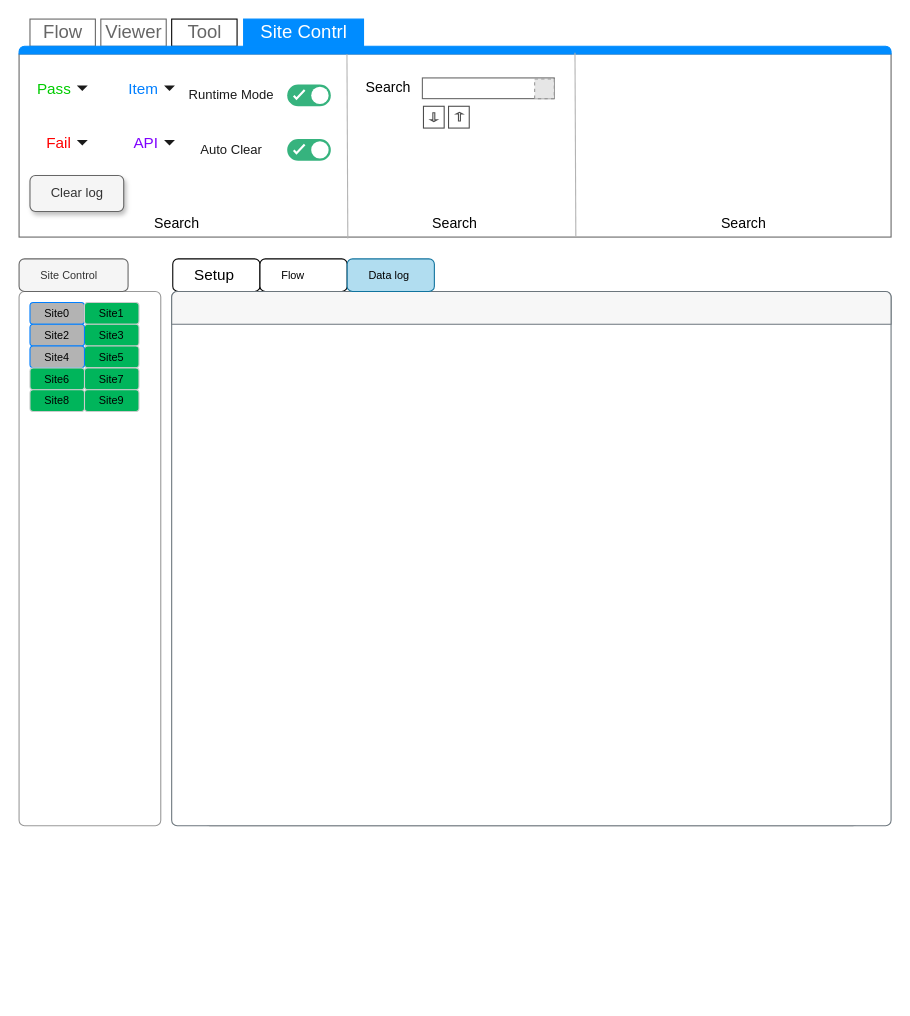
Jasson-Chou/Software-Projects keeps this draw.io diagram as page "Data log" (4 of 5) of SG9KG5/UI Design/Engineering/Engineering Mode.drawio. Above is the earlier version. Source tidied: cells renumbered, new cells numbered last; positions are measured from the earlier drawing's top-left corner, leaving out a move shared by most shapes. Both pictures are drawn from the tidied source at 109%, with x=0, y=0 at pixel (19, 19). Pictures stored in the file or linked from it are replaced by grey dashed boxes.
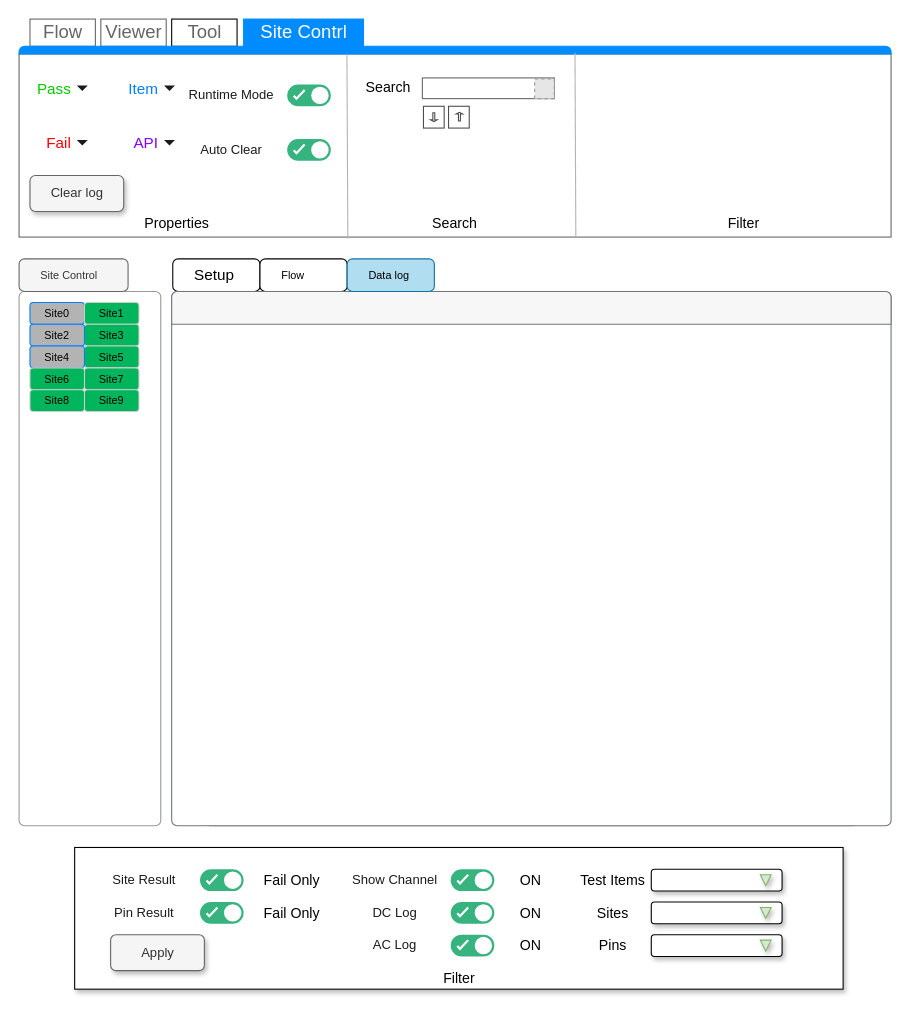
After the change.

Unchanged cells that the change refers to:
```xml
<mxCell id="3" style="strokeWidth=1;shadow=0;dashed=0;align=center;html=1;shape=mxgraph.mockup.containers.marginRect2;rectMarginTop=32;strokeColor=#666666;gradientColor=none;fontColor=#00CC00;" parent="1" vertex="1">
  <mxGeometry width="800" height="200" as="geometry" />
</mxCell>
```

The edit, as a diff of the source:
```diff
@@
-    <mxCell id="35" value="Search" style="text;html=1;strokeColor=none;fillColor=none;align=center;verticalAlign=middle;whiteSpace=wrap;rounded=0;fontSize=13;" parent="3" vertex="1">
+    <mxCell id="35" value="Properties" style="text;html=1;strokeColor=none;fillColor=none;align=center;verticalAlign=middle;whiteSpace=wrap;rounded=0;fontSize=13;" parent="3" vertex="1">
       <mxGeometry x="120" y="176.5" width="50" height="20" as="geometry" />
     </mxCell>
-    <mxCell id="36" value="Search" style="text;html=1;strokeColor=none;fillColor=none;align=center;verticalAlign=middle;whiteSpace=wrap;rounded=0;fontSize=13;" parent="3" vertex="1">
+    <mxCell id="36" value="Filter" style="text;html=1;strokeColor=none;fillColor=none;align=center;verticalAlign=middle;whiteSpace=wrap;rounded=0;fontSize=13;" parent="3" vertex="1">
       <mxGeometry x="640" y="176.5" width="50" height="20" as="geometry" />
     </mxCell>
@@
+    <mxCell id="57" style="rounded=0;whiteSpace=wrap;html=1;shadow=1;fontSize=13;" parent="1" vertex="1">
+      <mxGeometry x="51" y="760" width="705" height="130" as="geometry" />
+    </mxCell>
+    <mxCell id="58" style="group;" parent="1" vertex="1">
+      <mxGeometry x="70" y="780" width="136" height="20" as="geometry" />
+    </mxCell>
+    <mxCell id="59" style="fillColor=#36B37E;strokeColor=none;rounded=1;arcSize=50;fontColor=#00CC00;" parent="58" vertex="1">
+      <mxGeometry x="96" width="40" height="20" as="geometry" />
+    </mxCell>
+    <mxCell id="60" style="shape=ellipse;strokeColor=none;fillColor=#ffffff;" parent="59" vertex="1">
+      <mxGeometry x="1" y="0.5" width="16" height="16" relative="1" as="geometry">
+        <mxPoint x="-18" y="-8" as="offset" />
+      </mxGeometry>
+    </mxCell>
+    <mxCell id="61" style="html=1;shadow=0;dashed=0;shape=mxgraph.atlassian.check;strokeColor=#ffffff;strokeWidth=2;" parent="59" vertex="1">
+      <mxGeometry y="0.5" width="10" height="8" relative="1" as="geometry">
+        <mxPoint x="6" y="-5" as="offset" />
+      </mxGeometry>
+    </mxCell>
+    <mxCell id="62" value="Site Result" style="text;html=1;strokeColor=none;fillColor=none;align=center;verticalAlign=middle;whiteSpace=wrap;rounded=0;fontColor=#1A1A1A;" parent="58" vertex="1">
+      <mxGeometry width="90" height="20" as="geometry" />
+    </mxCell>
+    <mxCell id="63" style="group;" parent="1" vertex="1">
+      <mxGeometry x="70" y="810" width="136" height="20" as="geometry" />
+    </mxCell>
+    <mxCell id="64" style="fillColor=#36B37E;strokeColor=none;rounded=1;arcSize=50;fontColor=#00CC00;" parent="63" vertex="1">
+      <mxGeometry x="96" width="40" height="20" as="geometry" />
+    </mxCell>
+    <mxCell id="65" style="shape=ellipse;strokeColor=none;fillColor=#ffffff;" parent="64" vertex="1">
+      <mxGeometry x="1" y="0.5" width="16" height="16" relative="1" as="geometry">
+        <mxPoint x="-18" y="-8" as="offset" />
+      </mxGeometry>
+    </mxCell>
+    <mxCell id="66" style="html=1;shadow=0;dashed=0;shape=mxgraph.atlassian.check;strokeColor=#ffffff;strokeWidth=2;" parent="64" vertex="1">
+      <mxGeometry y="0.5" width="10" height="8" relative="1" as="geometry">
+        <mxPoint x="6" y="-5" as="offset" />
+      </mxGeometry>
+    </mxCell>
+    <mxCell id="67" value="Pin Result" style="text;html=1;strokeColor=none;fillColor=none;align=center;verticalAlign=middle;whiteSpace=wrap;rounded=0;fontColor=#1A1A1A;" parent="63" vertex="1">
+      <mxGeometry width="90" height="20" as="geometry" />
+    </mxCell>
+    <mxCell id="68" value="Fail Only" style="text;html=1;strokeColor=none;fillColor=none;align=center;verticalAlign=middle;whiteSpace=wrap;rounded=0;shadow=1;fontSize=13;" parent="1" vertex="1">
+      <mxGeometry x="221" y="780" width="59" height="20" as="geometry" />
+    </mxCell>
+    <mxCell id="69" value="Fail Only" style="text;html=1;strokeColor=none;fillColor=none;align=center;verticalAlign=middle;whiteSpace=wrap;rounded=0;shadow=1;fontSize=13;" parent="1" vertex="1">
+      <mxGeometry x="221" y="810" width="59" height="20" as="geometry" />
+    </mxCell>
+    <mxCell id="70" value="Apply" style="rounded=1;strokeColor=#666666;html=1;fontColor=#333333;align=center;verticalAlign=middle;fontStyle=0;fontSize=12;fillColor=#f5f5f5;shadow=1;" parent="1" vertex="1">
+      <mxGeometry x="84" y="840" width="86" height="33" as="geometry" />
+    </mxCell>
+    <mxCell id="71" style="group;" parent="1" vertex="1">
+      <mxGeometry x="300" y="780" width="199" height="20" as="geometry" />
+    </mxCell>
+    <mxCell id="72" style="group;" parent="71" vertex="1">
+      <mxGeometry width="136" height="20" as="geometry" />
+    </mxCell>
+    <mxCell id="73" style="fillColor=#36B37E;strokeColor=none;rounded=1;arcSize=50;fontColor=#00CC00;" parent="72" vertex="1">
+      <mxGeometry x="96" width="40" height="20" as="geometry" />
+    </mxCell>
+    <mxCell id="74" style="shape=ellipse;strokeColor=none;fillColor=#ffffff;" parent="73" vertex="1">
+      <mxGeometry x="1" y="0.5" width="16" height="16" relative="1" as="geometry">
+        <mxPoint x="-18" y="-8" as="offset" />
+      </mxGeometry>
+    </mxCell>
+    <mxCell id="75" style="html=1;shadow=0;dashed=0;shape=mxgraph.atlassian.check;strokeColor=#ffffff;strokeWidth=2;" parent="73" vertex="1">
+      <mxGeometry y="0.5" width="10" height="8" relative="1" as="geometry">
+        <mxPoint x="6" y="-5" as="offset" />
+      </mxGeometry>
+    </mxCell>
+    <mxCell id="76" value="Show Channel" style="text;html=1;strokeColor=none;fillColor=none;align=center;verticalAlign=middle;whiteSpace=wrap;rounded=0;fontColor=#1A1A1A;" parent="72" vertex="1">
+      <mxGeometry width="90" height="20" as="geometry" />
+    </mxCell>
+    <mxCell id="77" value="ON" style="text;html=1;strokeColor=none;fillColor=none;align=center;verticalAlign=middle;whiteSpace=wrap;rounded=0;shadow=1;fontSize=13;" parent="71" vertex="1">
+      <mxGeometry x="140" width="59" height="20" as="geometry" />
+    </mxCell>
+    <mxCell id="78" style="group;" parent="1" vertex="1">
+      <mxGeometry x="300" y="810" width="199" height="20" as="geometry" />
+    </mxCell>
+    <mxCell id="79" style="group;" parent="78" vertex="1">
+      <mxGeometry width="136" height="20" as="geometry" />
+    </mxCell>
+    <mxCell id="80" style="fillColor=#36B37E;strokeColor=none;rounded=1;arcSize=50;fontColor=#00CC00;" parent="79" vertex="1">
+      <mxGeometry x="96" width="40" height="20" as="geometry" />
+    </mxCell>
+    <mxCell id="81" style="shape=ellipse;strokeColor=none;fillColor=#ffffff;" parent="80" vertex="1">
+      <mxGeometry x="1" y="0.5" width="16" height="16" relative="1" as="geometry">
+        <mxPoint x="-18" y="-8" as="offset" />
+      </mxGeometry>
+    </mxCell>
+    <mxCell id="82" style="html=1;shadow=0;dashed=0;shape=mxgraph.atlassian.check;strokeColor=#ffffff;strokeWidth=2;" parent="80" vertex="1">
+      <mxGeometry y="0.5" width="10" height="8" relative="1" as="geometry">
+        <mxPoint x="6" y="-5" as="offset" />
+      </mxGeometry>
+    </mxCell>
+    <mxCell id="83" value="DC Log" style="text;html=1;strokeColor=none;fillColor=none;align=center;verticalAlign=middle;whiteSpace=wrap;rounded=0;fontColor=#1A1A1A;" parent="79" vertex="1">
+      <mxGeometry width="90" height="20" as="geometry" />
+    </mxCell>
+    <mxCell id="84" value="ON" style="text;html=1;strokeColor=none;fillColor=none;align=center;verticalAlign=middle;whiteSpace=wrap;rounded=0;shadow=1;fontSize=13;" parent="78" vertex="1">
+      <mxGeometry x="140" width="59" height="20" as="geometry" />
+    </mxCell>
+    <mxCell id="85" style="group;" parent="1" vertex="1">
+      <mxGeometry x="300" y="840" width="199" height="20" as="geometry" />
+    </mxCell>
+    <mxCell id="86" style="group;" parent="85" vertex="1">
+      <mxGeometry width="136" height="20" as="geometry" />
+    </mxCell>
+    <mxCell id="87" style="fillColor=#36B37E;strokeColor=none;rounded=1;arcSize=50;fontColor=#00CC00;" parent="86" vertex="1">
+      <mxGeometry x="96" width="40" height="20" as="geometry" />
+    </mxCell>
+    <mxCell id="88" style="shape=ellipse;strokeColor=none;fillColor=#ffffff;" parent="87" vertex="1">
+      <mxGeometry x="1" y="0.5" width="16" height="16" relative="1" as="geometry">
+        <mxPoint x="-18" y="-8" as="offset" />
+      </mxGeometry>
+    </mxCell>
+    <mxCell id="89" style="html=1;shadow=0;dashed=0;shape=mxgraph.atlassian.check;strokeColor=#ffffff;strokeWidth=2;" parent="87" vertex="1">
+      <mxGeometry y="0.5" width="10" height="8" relative="1" as="geometry">
+        <mxPoint x="6" y="-5" as="offset" />
+      </mxGeometry>
+    </mxCell>
+    <mxCell id="90" value="AC Log" style="text;html=1;strokeColor=none;fillColor=none;align=center;verticalAlign=middle;whiteSpace=wrap;rounded=0;fontColor=#1A1A1A;" parent="86" vertex="1">
+      <mxGeometry width="90" height="20" as="geometry" />
+    </mxCell>
+    <mxCell id="91" value="ON" style="text;html=1;strokeColor=none;fillColor=none;align=center;verticalAlign=middle;whiteSpace=wrap;rounded=0;shadow=1;fontSize=13;" parent="85" vertex="1">
+      <mxGeometry x="140" width="59" height="20" as="geometry" />
+    </mxCell>
+    <mxCell id="92" style="group;" parent="1" vertex="1">
+      <mxGeometry x="510" y="780" width="190" height="20" as="geometry" />
+    </mxCell>
+    <mxCell id="93" value="Test Items" style="text;html=1;strokeColor=none;fillColor=none;align=center;verticalAlign=middle;whiteSpace=wrap;rounded=0;shadow=1;fontSize=13;" parent="92" vertex="1">
+      <mxGeometry width="70" height="20" as="geometry" />
+    </mxCell>
+    <mxCell id="94" style="rounded=1;whiteSpace=wrap;html=1;shadow=1;fontSize=13;" parent="92" vertex="1">
+      <mxGeometry x="70" width="120" height="20" as="geometry" />
+    </mxCell>
+    <mxCell id="95" style="triangle;whiteSpace=wrap;html=1;shadow=1;fontSize=13;rotation=90;fillColor=#d5e8d4;strokeColor=#82b366;" parent="92" vertex="1">
+      <mxGeometry x="170" y="5" width="10" height="10" as="geometry" />
+    </mxCell>
+    <mxCell id="96" style="group;" parent="1" vertex="1">
+      <mxGeometry x="510" y="810" width="190" height="20" as="geometry" />
+    </mxCell>
+    <mxCell id="97" value="Sites" style="text;html=1;strokeColor=none;fillColor=none;align=center;verticalAlign=middle;whiteSpace=wrap;rounded=0;shadow=1;fontSize=13;" parent="96" vertex="1">
+      <mxGeometry width="70" height="20" as="geometry" />
+    </mxCell>
+    <mxCell id="98" style="rounded=1;whiteSpace=wrap;html=1;shadow=1;fontSize=13;" parent="96" vertex="1">
+      <mxGeometry x="70" width="120" height="20" as="geometry" />
+    </mxCell>
+    <mxCell id="99" style="triangle;whiteSpace=wrap;html=1;shadow=1;fontSize=13;rotation=90;fillColor=#d5e8d4;strokeColor=#82b366;" parent="96" vertex="1">
+      <mxGeometry x="170" y="5" width="10" height="10" as="geometry" />
+    </mxCell>
+    <mxCell id="100" style="group;" parent="1" vertex="1">
+      <mxGeometry x="510" y="840" width="190" height="20" as="geometry" />
+    </mxCell>
+    <mxCell id="101" value="Pins" style="text;html=1;strokeColor=none;fillColor=none;align=center;verticalAlign=middle;whiteSpace=wrap;rounded=0;shadow=1;fontSize=13;" parent="100" vertex="1">
+      <mxGeometry width="70" height="20" as="geometry" />
+    </mxCell>
+    <mxCell id="102" style="rounded=1;whiteSpace=wrap;html=1;shadow=1;fontSize=13;" parent="100" vertex="1">
+      <mxGeometry x="70" width="120" height="20" as="geometry" />
+    </mxCell>
+    <mxCell id="103" style="triangle;whiteSpace=wrap;html=1;shadow=1;fontSize=13;rotation=90;fillColor=#d5e8d4;strokeColor=#82b366;" parent="100" vertex="1">
+      <mxGeometry x="170" y="5" width="10" height="10" as="geometry" />
+    </mxCell>
+    <mxCell id="104" value="Filter" style="text;html=1;strokeColor=none;fillColor=none;align=center;verticalAlign=middle;whiteSpace=wrap;rounded=0;fontSize=13;" parent="1" vertex="1">
+      <mxGeometry x="379" y="870" width="50" height="20" as="geometry" />
+    </mxCell>
```
